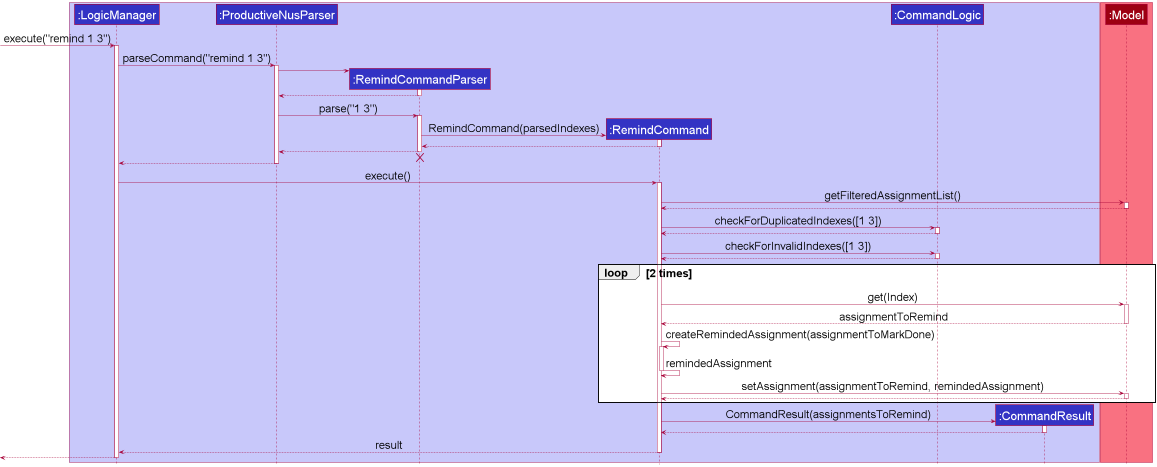
nus-cs2103-AY2021S1/tp keeps this PlantUML diagram as docs/images/RemindMultipleSequenceDiagram.png. Above is the earlier version.
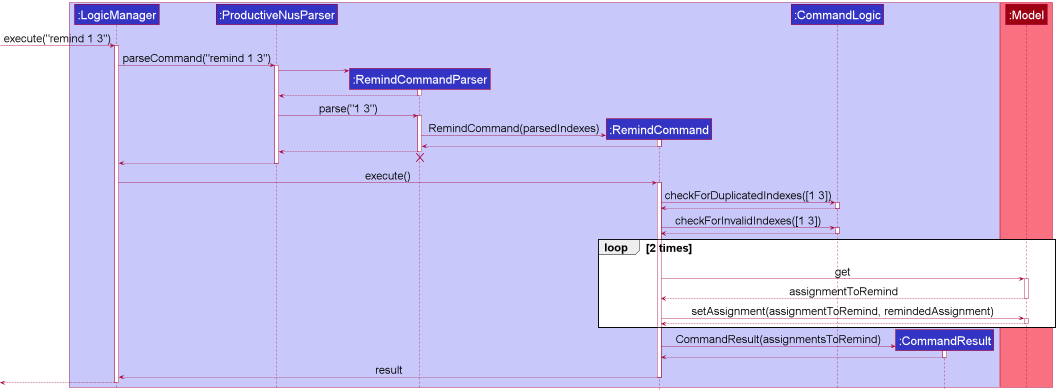
After the commit.

Commit message:
Edit Sequence Diagrams in DG

Diff of the diagram source:
```diff
@@ -51,11 +51,6 @@
 LogicManager -> RemindCommand : execute()
 activate RemindCommand
 
-RemindCommand -> Model : getFilteredAssignmentList()
-activate Model
-Model --> RemindCommand
-deactivate Model
-
 RemindCommand -> CommandLogic : checkForDuplicatedIndexes([1 3])
 activate CommandLogic
 
@@ -71,15 +66,10 @@
 
 
 loop 2 times
-    RemindCommand -> Model : get(Index)
+    RemindCommand -> Model : get
     activate Model
     Model --> RemindCommand : assignmentToRemind
     deactivate Model
-
-    RemindCommand -> RemindCommand : createRemindedAssignment(assignmentToMarkDone)
-    Activate RemindCommand
-    RemindCommand -> RemindCommand : remindedAssignment
-    deactivate RemindCommand
 
     RemindCommand -> Model : setAssignment(assignmentToRemind, remindedAssignment)
     activate Model
```
